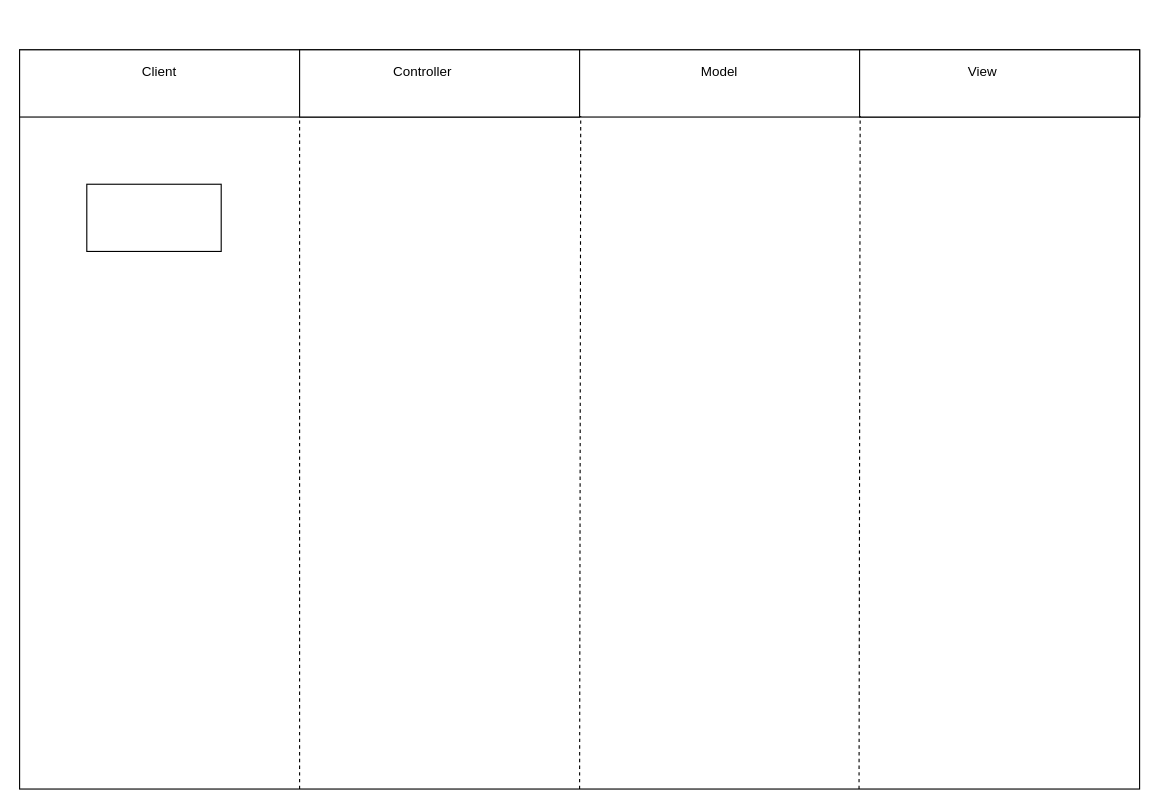
Earlier version of the draw.io diagram Untitled Diagram.drawio (kate102/browser-quiz). Source tidied: cells renumbered, new cells numbered last; positions are measured from the earlier drawing's top-left corner, leaving out a move shared by most shapes. Both pictures are drawn from the tidied source at 112%, with x=0, y=0 at pixel (19, 49).
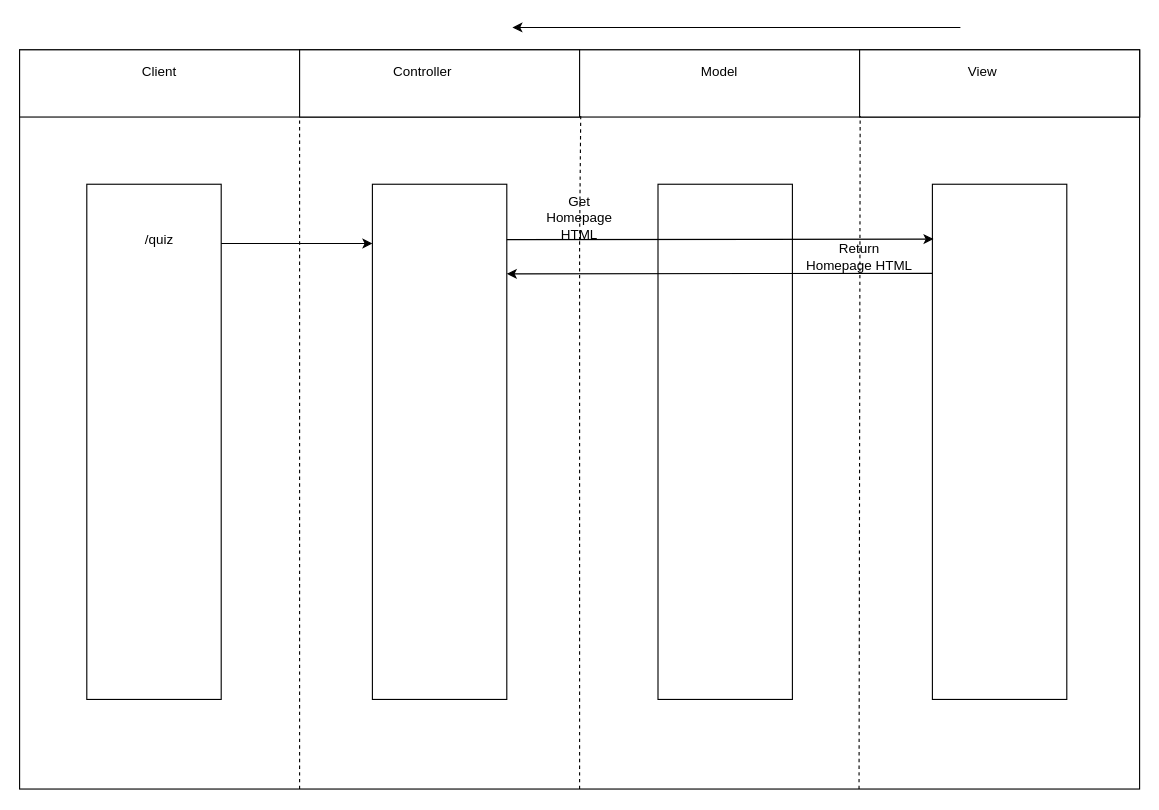
The same page after the edit.

Commit message:
Update Quiz Challenge

The change refers to these unchanged cells:
```xml
<mxCell id="2" style="rounded=0;whiteSpace=wrap;html=1;" parent="1" vertex="1">
  <mxGeometry width="1000" height="660" as="geometry" />
</mxCell>
<mxCell id="4" style="rounded=0;whiteSpace=wrap;html=1;" parent="1" vertex="1">
  <mxGeometry x="250" width="250" height="60" as="geometry" />
</mxCell>
```

Diff of the diagram source:
```diff
@@
     <mxCell id="10" style="rounded=0;whiteSpace=wrap;html=1;" parent="1" vertex="1">
-      <mxGeometry x="60" y="120" width="120" height="60" as="geometry" />
+      <mxGeometry x="60" y="120" width="120" height="460" as="geometry" />
     </mxCell>
@@
-    <mxCell id="12" style="endArrow=none;dashed=1;html=1;entryX=1.004;entryY=0.983;entryDx=0;entryDy=0;entryPerimeter=0;exitX=0.5;exitY=1;exitDx=0;exitDy=0;" parent="1" edge="1" source="2" target="4">
-      <mxGeometry relative="1" as="geometry" />
+    <mxCell id="12" style="endArrow=none;dashed=1;html=1;exitX=0.5;exitY=1;exitDx=0;exitDy=0;" parent="1" edge="1" source="20">
+      <mxGeometry relative="1" as="geometry">
+        <mxPoint x="501" y="59" as="targetPoint" />
+      </mxGeometry>
     </mxCell>
@@
+    <mxCell id="14" style="rounded=0;whiteSpace=wrap;html=1;" parent="1" vertex="1">
+      <mxGeometry x="315" y="120" width="120" height="460" as="geometry" />
+    </mxCell>
+    <mxCell id="15" style="rounded=0;whiteSpace=wrap;html=1;" parent="1" vertex="1">
+      <mxGeometry x="570" y="120" width="120" height="460" as="geometry" />
+    </mxCell>
+    <mxCell id="16" style="rounded=0;whiteSpace=wrap;html=1;" parent="1" vertex="1">
+      <mxGeometry x="815" y="120" width="120" height="460" as="geometry" />
+    </mxCell>
+    <mxCell id="17" style="endArrow=classic;html=1;entryX=0;entryY=0.115;entryDx=0;entryDy=0;entryPerimeter=0;exitX=1;exitY=0.115;exitDx=0;exitDy=0;exitPerimeter=0;" parent="1" edge="1" source="10" target="14">
+      <mxGeometry relative="1" as="geometry" />
+    </mxCell>
+    <mxCell id="18" value="/quiz" style="text;html=1;strokeColor=none;fillColor=none;align=center;verticalAlign=middle;whiteSpace=wrap;rounded=0;" parent="1" vertex="1">
+      <mxGeometry x="105" y="160" width="40" height="20" as="geometry" />
+    </mxCell>
+    <mxCell id="19" style="endArrow=classic;html=1;exitX=1;exitY=0.115;exitDx=0;exitDy=0;exitPerimeter=0;" parent="1" edge="1">
+      <mxGeometry relative="1" as="geometry">
+        <mxPoint x="435" y="169.5" as="sourcePoint" />
+        <mxPoint x="816" y="169" as="targetPoint" />
+      </mxGeometry>
+    </mxCell>
+    <mxCell id="20" value="Get Homepage HTML" style="text;html=1;strokeColor=none;fillColor=none;align=center;verticalAlign=middle;whiteSpace=wrap;rounded=0;" parent="1" vertex="1">
+      <mxGeometry x="480" y="130" width="40" height="40" as="geometry" />
+    </mxCell>
+    <mxCell id="21" style="endArrow=none;dashed=1;html=1;entryX=0.5;entryY=1;entryDx=0;entryDy=0;exitX=0.5;exitY=1;exitDx=0;exitDy=0;" parent="1" edge="1" source="2" target="20">
+      <mxGeometry relative="1" as="geometry" />
+    </mxCell>
+    <mxCell id="22" style="endArrow=classic;html=1;" parent="1" edge="1">
+      <mxGeometry relative="1" as="geometry">
+        <mxPoint x="840" y="-20" as="sourcePoint" />
+        <mxPoint x="440" y="-20" as="targetPoint" />
+      </mxGeometry>
+    </mxCell>
+    <mxCell id="23" style="endArrow=classic;html=1;exitX=-0.002;exitY=0.173;exitDx=0;exitDy=0;exitPerimeter=0;" parent="1" edge="1" source="16">
+      <mxGeometry relative="1" as="geometry">
+        <mxPoint x="435" y="200" as="targetPoint" />
+      </mxGeometry>
+    </mxCell>
+    <mxCell id="24" value="Return Homepage HTML" style="text;html=1;strokeColor=none;fillColor=none;align=center;verticalAlign=middle;whiteSpace=wrap;rounded=0;" parent="1" vertex="1">
+      <mxGeometry x="700" y="170" width="100" height="30" as="geometry" />
+    </mxCell>
```
